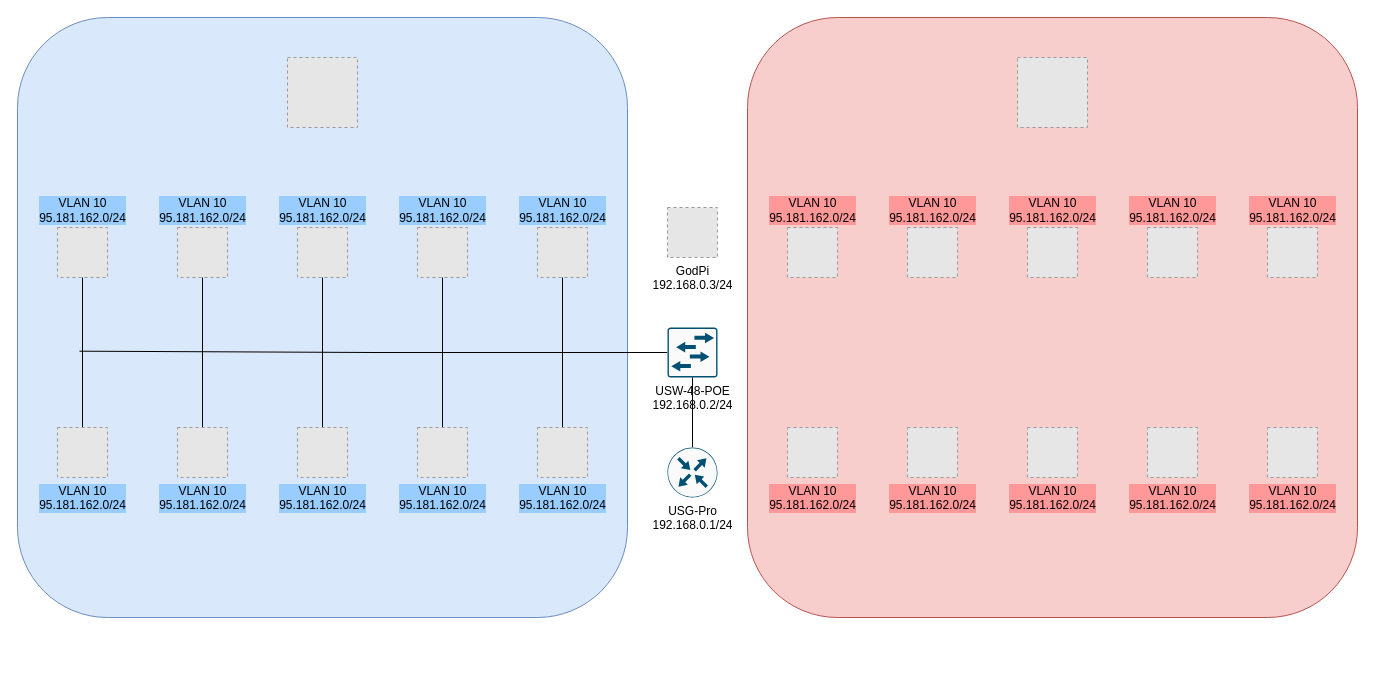
Earlier version of the draw.io diagram Untitled Diagram.drawio (hackerjack3d/tunnelinglab). Source tidied: cells renumbered, new cells numbered last; positions are measured from the earlier drawing's top-left corner, leaving out a move shared by most shapes. Both pictures are drawn from the tidied source at 100%, with x=0, y=0 at pixel (17, 17). Pictures stored in the file or linked from it are replaced by grey dashed boxes.
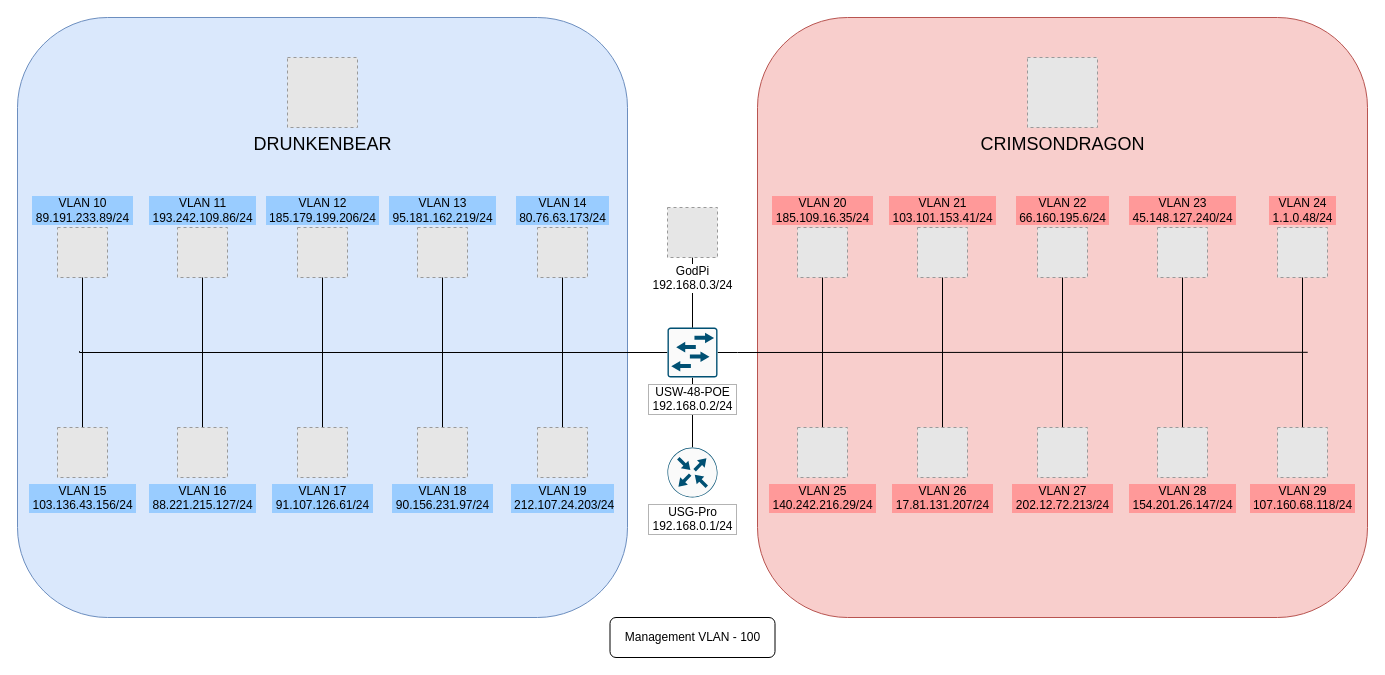
The same diagram, later.

What changed in the source:
```diff
@@
     <mxCell id="2" style="rounded=1;whiteSpace=wrap;html=1;labelBackgroundColor=#FF9999;fillColor=#f8cecc;strokeColor=#b85450;" parent="1" vertex="1">
-      <mxGeometry x="730" width="610" height="600" as="geometry" />
+      <mxGeometry x="740" width="610" height="600" as="geometry" />
     </mxCell>
@@
     <mxCell id="4" style="edgeStyle=orthogonalEdgeStyle;rounded=0;jettySize=auto;html=1;exitX=0;exitY=0.5;exitDx=0;exitDy=0;exitPerimeter=0;endArrow=none;endFill=0;" parent="1" edge="1" source="5">
       <mxGeometry relative="1" as="geometry">
         <mxPoint x="62" y="333.7" as="targetPoint" />
+        <Array as="points">
+          <mxPoint x="62" y="335" />
+        </Array>
       </mxGeometry>
     </mxCell>
-    <mxCell id="5" value="USW-48-POE&lt;br&gt;192.168.0.2/24" style="sketch=0;points=[[0.015,0.015,0],[0.985,0.015,0],[0.985,0.985,0],[0.015,0.985,0],[0.25,0,0],[0.5,0,0],[0.75,0,0],[1,0.25,0],[1,0.5,0],[1,0.75,0],[0.75,1,0],[0.5,1,0],[0.25,1,0],[0,0.75,0],[0,0.5,0],[0,0.25,0]];verticalLabelPosition=bottom;html=1;verticalAlign=top;align=center;shape=mxgraph.cisco19.rect;prIcon=l2_switch;fillColor=#FAFAFA;strokeColor=#005073;" parent="1" vertex="1">
-      <mxGeometry x="650" y="310" width="50" height="50" as="geometry" />
-    </mxCell>
+    <mxCell id="36" style="edgeStyle=orthogonalEdgeStyle;rounded=0;jettySize=auto;html=1;exitX=1;exitY=0.5;exitDx=0;exitDy=0;exitPerimeter=0;endArrow=none;endFill=0;entryX=0.902;entryY=0.558;entryDx=0;entryDy=0;entryPerimeter=0;" parent="1" edge="1" source="5" target="2">
+      <mxGeometry relative="1" as="geometry" />
+    </mxCell>
-    <mxCell id="6" style="edgeStyle=orthogonalEdgeStyle;rounded=0;jettySize=auto;html=1;exitX=0.5;exitY=0;exitDx=0;exitDy=0;exitPerimeter=0;entryX=0.5;entryY=1;entryDx=0;entryDy=0;entryPerimeter=0;endArrow=none;endFill=0;" parent="1" edge="1" source="7" target="5">
+    <mxCell id="6" style="edgeStyle=orthogonalEdgeStyle;rounded=0;jettySize=auto;html=1;exitX=0.5;exitY=0;exitDx=0;exitDy=0;exitPerimeter=0;entryX=0.5;entryY=1;entryDx=0;entryDy=0;entryPerimeter=0;endArrow=none;endFill=0;labelBorderColor=#B3B3B3;" parent="1" edge="1" source="7" target="5">
       <mxGeometry relative="1" as="geometry" />
     </mxCell>
-    <mxCell id="7" value="USG-Pro&lt;br&gt;192.168.0.1/24" style="sketch=0;points=[[0.5,0,0],[1,0.5,0],[0.5,1,0],[0,0.5,0],[0.145,0.145,0],[0.8555,0.145,0],[0.855,0.8555,0],[0.145,0.855,0]];verticalLabelPosition=bottom;html=1;verticalAlign=top;align=center;shape=mxgraph.cisco19.rect;prIcon=router;fillColor=#FAFAFA;strokeColor=#005073;" parent="1" vertex="1">
+    <mxCell id="7" value="USG-Pro&lt;br&gt;&amp;nbsp;192.168.0.1/24&amp;nbsp;" style="sketch=0;points=[[0.5,0,0],[1,0.5,0],[0.5,1,0],[0,0.5,0],[0.145,0.145,0],[0.8555,0.145,0],[0.855,0.8555,0],[0.145,0.855,0]];verticalLabelPosition=bottom;html=1;verticalAlign=top;align=center;shape=mxgraph.cisco19.rect;prIcon=router;fillColor=#FAFAFA;strokeColor=#005073;labelBorderColor=#B3B3B3;" parent="1" vertex="1">
       <mxGeometry x="650" y="430" width="50" height="50" as="geometry" />
     </mxCell>
-    <mxCell id="8" value="GodPi&lt;br&gt;192.168.0.3/24" style="fillColor=#E6E6E6;strokeColor=#999999;dashed=1;html=1;verticalAlign=top;verticalLabelPosition=bottom;labelBackgroundColor=#ffffff;" parent="1" vertex="1">
-      <mxGeometry x="650" y="190" width="50" height="50" as="geometry" />
-    </mxCell>
-    <mxCell id="9" style="fillColor=#E6E6E6;strokeColor=#999999;dashed=1;html=1;verticalAlign=top;verticalLabelPosition=bottom;labelBackgroundColor=#ffffff;" parent="1" vertex="1">
+    <mxCell id="9" value="DRUNKENBEAR" style="fillColor=#E6E6E6;strokeColor=#999999;dashed=1;html=1;verticalAlign=top;verticalLabelPosition=bottom;labelBackgroundColor=none;fontSize=18;" parent="1" vertex="1">
       <mxGeometry x="270" y="40" width="70" height="70" as="geometry" />
     </mxCell>
-    <mxCell id="10" style="fillColor=#E6E6E6;strokeColor=#999999;dashed=1;html=1;verticalAlign=top;verticalLabelPosition=bottom;labelBackgroundColor=#ffffff;" parent="1" vertex="1">
-      <mxGeometry x="1000" y="40" width="70" height="70" as="geometry" />
+    <mxCell id="10" value="CRIMSONDRAGON" style="fillColor=#E6E6E6;strokeColor=#999999;dashed=1;html=1;verticalAlign=top;verticalLabelPosition=bottom;labelBackgroundColor=none;fontSize=18;" parent="1" vertex="1">
+      <mxGeometry x="1010" y="40" width="70" height="70" as="geometry" />
     </mxCell>
-    <mxCell id="11" value="&amp;nbsp;VLAN 10&amp;nbsp;&lt;br&gt;95.181.162.0/24" style="fillColor=#E6E6E6;strokeColor=#999999;dashed=1;html=1;verticalAlign=bottom;verticalLabelPosition=top;labelBackgroundColor=#99CCFF;spacing=2;labelPosition=center;align=center;" parent="1" vertex="1">
+    <mxCell id="11" value="VLAN 12&lt;br&gt;&amp;nbsp;185.179.199.206/24&amp;nbsp;" style="fillColor=#E6E6E6;strokeColor=#999999;dashed=1;html=1;verticalAlign=bottom;verticalLabelPosition=top;labelBackgroundColor=#99CCFF;spacing=2;labelPosition=center;align=center;" parent="1" vertex="1">
       <mxGeometry x="280" y="210" width="50" height="50" as="geometry" />
     </mxCell>
-    <mxCell id="12" value="&amp;nbsp;VLAN 10&amp;nbsp;&lt;br&gt;95.181.162.0/24" style="fillColor=#E6E6E6;strokeColor=#999999;dashed=1;html=1;verticalAlign=bottom;verticalLabelPosition=top;labelBackgroundColor=#99CCFF;spacing=2;labelPosition=center;align=center;" parent="1" vertex="1">
+    <mxCell id="12" value="VLAN 13&lt;br&gt;&amp;nbsp;95.181.162.219/24&amp;nbsp;" style="fillColor=#E6E6E6;strokeColor=#999999;dashed=1;html=1;verticalAlign=bottom;verticalLabelPosition=top;labelBackgroundColor=#99CCFF;spacing=2;labelPosition=center;align=center;" parent="1" vertex="1">
       <mxGeometry x="400" y="210" width="50" height="50" as="geometry" />
     </mxCell>
-    <mxCell id="13" value="&amp;nbsp;VLAN 10&amp;nbsp;&lt;br&gt;95.181.162.0/24" style="fillColor=#E6E6E6;strokeColor=#999999;dashed=1;html=1;verticalAlign=bottom;verticalLabelPosition=top;labelBackgroundColor=#99CCFF;spacing=2;labelPosition=center;align=center;" parent="1" vertex="1">
+    <mxCell id="13" value="VLAN 14&lt;br&gt;&amp;nbsp;80.76.63.173/24&amp;nbsp;" style="fillColor=#E6E6E6;strokeColor=#999999;dashed=1;html=1;verticalAlign=bottom;verticalLabelPosition=top;labelBackgroundColor=#99CCFF;spacing=2;labelPosition=center;align=center;" parent="1" vertex="1">
       <mxGeometry x="520" y="210" width="50" height="50" as="geometry" />
     </mxCell>
-    <mxCell id="14" value="&amp;nbsp;VLAN 10&amp;nbsp;&lt;br&gt;95.181.162.0/24" style="fillColor=#E6E6E6;strokeColor=#999999;dashed=1;html=1;verticalAlign=bottom;verticalLabelPosition=top;labelBackgroundColor=#99CCFF;spacing=2;labelPosition=center;align=center;" parent="1" vertex="1">
+    <mxCell id="14" value="&amp;nbsp;VLAN 11&amp;nbsp;&lt;br&gt;&amp;nbsp;193.242.109.86/24&amp;nbsp;" style="fillColor=#E6E6E6;strokeColor=#999999;dashed=1;html=1;verticalAlign=bottom;verticalLabelPosition=top;labelBackgroundColor=#99CCFF;spacing=2;labelPosition=center;align=center;" parent="1" vertex="1">
       <mxGeometry x="160" y="210" width="50" height="50" as="geometry" />
     </mxCell>
-    <mxCell id="15" value="&amp;nbsp;VLAN 10&amp;nbsp;&lt;br&gt;95.181.162.0/24" style="fillColor=#E6E6E6;strokeColor=#999999;dashed=1;html=1;verticalAlign=bottom;verticalLabelPosition=top;labelBackgroundColor=#99CCFF;spacing=2;labelPosition=center;align=center;" parent="1" vertex="1">
+    <mxCell id="15" value="&amp;nbsp;VLAN 10&amp;nbsp;&lt;br&gt;&amp;nbsp;89.191.233.89/24&amp;nbsp;" style="fillColor=#E6E6E6;strokeColor=#999999;dashed=1;html=1;verticalAlign=bottom;verticalLabelPosition=top;labelBackgroundColor=#99CCFF;spacing=2;labelPosition=center;align=center;" parent="1" vertex="1">
       <mxGeometry x="40" y="210" width="50" height="50" as="geometry" />
     </mxCell>
@@
-    <mxCell id="17" value="&amp;nbsp;VLAN 10&amp;nbsp;&lt;br&gt;95.181.162.0/24" style="fillColor=#E6E6E6;strokeColor=#999999;dashed=1;html=1;verticalAlign=top;verticalLabelPosition=bottom;labelBackgroundColor=#99CCFF;spacing=2;" parent="1" vertex="1">
+    <mxCell id="17" value="VLAN 17&lt;br&gt;&amp;nbsp;91.107.126.61/24&amp;nbsp;" style="fillColor=#E6E6E6;strokeColor=#999999;dashed=1;html=1;verticalAlign=top;verticalLabelPosition=bottom;labelBackgroundColor=#99CCFF;spacing=2;" parent="1" vertex="1">
       <mxGeometry x="280" y="410" width="50" height="50" as="geometry" />
     </mxCell>
@@
-    <mxCell id="19" value="&amp;nbsp;VLAN 10&amp;nbsp;&lt;br&gt;95.181.162.0/24" style="fillColor=#E6E6E6;strokeColor=#999999;dashed=1;html=1;verticalAlign=top;verticalLabelPosition=bottom;labelBackgroundColor=#99CCFF;spacing=2;" parent="1" vertex="1">
+    <mxCell id="19" value="VLAN 18&lt;br&gt;&amp;nbsp;90.156.231.97/24&amp;nbsp;" style="fillColor=#E6E6E6;strokeColor=#999999;dashed=1;html=1;verticalAlign=top;verticalLabelPosition=bottom;labelBackgroundColor=#99CCFF;spacing=2;" parent="1" vertex="1">
       <mxGeometry x="400" y="410" width="50" height="50" as="geometry" />
     </mxCell>
@@
-    <mxCell id="21" value="&amp;nbsp;VLAN 10&amp;nbsp;&lt;br&gt;95.181.162.0/24" style="fillColor=#E6E6E6;strokeColor=#999999;dashed=1;html=1;verticalAlign=top;verticalLabelPosition=bottom;labelBackgroundColor=#99CCFF;spacing=2;" parent="1" vertex="1">
+    <mxCell id="21" value="VLAN 19&lt;br&gt;&amp;nbsp;212.107.24.203/24" style="fillColor=#E6E6E6;strokeColor=#999999;dashed=1;html=1;verticalAlign=top;verticalLabelPosition=bottom;labelBackgroundColor=#99CCFF;spacing=2;" parent="1" vertex="1">
       <mxGeometry x="520" y="410" width="50" height="50" as="geometry" />
     </mxCell>
@@
-    <mxCell id="23" value="&amp;nbsp;VLAN 10&amp;nbsp;&lt;br&gt;95.181.162.0/24" style="fillColor=#E6E6E6;strokeColor=#999999;dashed=1;html=1;verticalAlign=top;verticalLabelPosition=bottom;labelBackgroundColor=#99CCFF;spacing=2;" parent="1" vertex="1">
+    <mxCell id="23" value="VLAN 16&lt;br&gt;&amp;nbsp;88.221.215.127/24&amp;nbsp;" style="fillColor=#E6E6E6;strokeColor=#999999;dashed=1;html=1;verticalAlign=top;verticalLabelPosition=bottom;labelBackgroundColor=#99CCFF;spacing=2;" parent="1" vertex="1">
       <mxGeometry x="160" y="410" width="50" height="50" as="geometry" />
     </mxCell>
@@
-    <mxCell id="25" value="&amp;nbsp;VLAN 10&amp;nbsp;&lt;br&gt;95.181.162.0/24" style="fillColor=#E6E6E6;strokeColor=#999999;dashed=1;html=1;verticalAlign=top;verticalLabelPosition=bottom;labelBackgroundColor=#99CCFF;spacing=2;" parent="1" vertex="1">
+    <mxCell id="25" value="VLAN 15&lt;br&gt;&amp;nbsp;103.136.43.156/24&amp;nbsp;" style="fillColor=#E6E6E6;strokeColor=#999999;dashed=1;html=1;verticalAlign=top;verticalLabelPosition=bottom;labelBackgroundColor=#99CCFF;spacing=2;" parent="1" vertex="1">
       <mxGeometry x="40" y="410" width="50" height="50" as="geometry" />
     </mxCell>
-    <mxCell id="26" value="&amp;nbsp;VLAN 10&amp;nbsp;&lt;br&gt;95.181.162.0/24" style="fillColor=#E6E6E6;strokeColor=#999999;dashed=1;html=1;verticalAlign=bottom;verticalLabelPosition=top;labelBackgroundColor=#FF9999;spacing=2;labelPosition=center;align=center;" parent="1" vertex="1">
-      <mxGeometry x="1010" y="210" width="50" height="50" as="geometry" />
+    <mxCell id="26" value="VLAN 22&lt;br&gt;&amp;nbsp;66.160.195.6/24&amp;nbsp;" style="fillColor=#E6E6E6;strokeColor=#999999;dashed=1;html=1;verticalAlign=bottom;verticalLabelPosition=top;labelBackgroundColor=#FF9999;spacing=2;labelPosition=center;align=center;" parent="1" vertex="1">
+      <mxGeometry x="1020" y="210" width="50" height="50" as="geometry" />
     </mxCell>
-    <mxCell id="27" value="&amp;nbsp;VLAN 10&amp;nbsp;&lt;br&gt;95.181.162.0/24" style="fillColor=#E6E6E6;strokeColor=#999999;dashed=1;html=1;verticalAlign=bottom;verticalLabelPosition=top;labelBackgroundColor=#FF9999;spacing=2;labelPosition=center;align=center;" parent="1" vertex="1">
-      <mxGeometry x="1130" y="210" width="50" height="50" as="geometry" />
+    <mxCell id="27" value="VLAN 23&lt;br&gt;&amp;nbsp;45.148.127.240/24&amp;nbsp;" style="fillColor=#E6E6E6;strokeColor=#999999;dashed=1;html=1;verticalAlign=bottom;verticalLabelPosition=top;labelBackgroundColor=#FF9999;spacing=2;labelPosition=center;align=center;" parent="1" vertex="1">
+      <mxGeometry x="1140" y="210" width="50" height="50" as="geometry" />
     </mxCell>
-    <mxCell id="28" value="&amp;nbsp;VLAN 10&amp;nbsp;&lt;br&gt;95.181.162.0/24" style="fillColor=#E6E6E6;strokeColor=#999999;dashed=1;html=1;verticalAlign=bottom;verticalLabelPosition=top;labelBackgroundColor=#FF9999;spacing=2;labelPosition=center;align=center;" parent="1" vertex="1">
-      <mxGeometry x="1250" y="210" width="50" height="50" as="geometry" />
+    <mxCell id="28" value="VLAN 24&lt;br&gt;&amp;nbsp;1.1.0.48/24&amp;nbsp;" style="fillColor=#E6E6E6;strokeColor=#999999;dashed=1;html=1;verticalAlign=bottom;verticalLabelPosition=top;labelBackgroundColor=#FF9999;spacing=2;labelPosition=center;align=center;" parent="1" vertex="1">
+      <mxGeometry x="1260" y="210" width="50" height="50" as="geometry" />
     </mxCell>
-    <mxCell id="29" value="&amp;nbsp;VLAN 10&amp;nbsp;&lt;br&gt;95.181.162.0/24" style="fillColor=#E6E6E6;strokeColor=#999999;dashed=1;html=1;verticalAlign=bottom;verticalLabelPosition=top;labelBackgroundColor=#FF9999;spacing=2;labelPosition=center;align=center;" parent="1" vertex="1">
-      <mxGeometry x="890" y="210" width="50" height="50" as="geometry" />
+    <mxCell id="29" value="VLAN 21&lt;br&gt;&amp;nbsp;103.101.153.41/24&amp;nbsp;" style="fillColor=#E6E6E6;strokeColor=#999999;dashed=1;html=1;verticalAlign=bottom;verticalLabelPosition=top;labelBackgroundColor=#FF9999;spacing=2;labelPosition=center;align=center;" parent="1" vertex="1">
+      <mxGeometry x="900" y="210" width="50" height="50" as="geometry" />
     </mxCell>
-    <mxCell id="30" value="&amp;nbsp;VLAN 10&amp;nbsp;&lt;br&gt;95.181.162.0/24" style="fillColor=#E6E6E6;strokeColor=#999999;dashed=1;html=1;verticalAlign=bottom;verticalLabelPosition=top;labelBackgroundColor=#FF9999;spacing=2;labelPosition=center;align=center;" parent="1" vertex="1">
-      <mxGeometry x="770" y="210" width="50" height="50" as="geometry" />
+    <mxCell id="30" value="VLAN 20&lt;br&gt;&amp;nbsp;185.109.16.35/24&amp;nbsp;" style="fillColor=#E6E6E6;strokeColor=#999999;dashed=1;html=1;verticalAlign=bottom;verticalLabelPosition=top;labelBackgroundColor=#FF9999;spacing=2;labelPosition=center;align=center;" parent="1" vertex="1">
+      <mxGeometry x="780" y="210" width="50" height="50" as="geometry" />
     </mxCell>
+    <mxCell id="37" style="edgeStyle=orthogonalEdgeStyle;rounded=0;jettySize=auto;html=1;exitX=0.5;exitY=0;exitDx=0;exitDy=0;endArrow=none;endFill=0;" parent="1" edge="1" source="31" target="26">
+      <mxGeometry relative="1" as="geometry" />
+    </mxCell>
-    <mxCell id="31" value="&amp;nbsp;VLAN 10&amp;nbsp;&lt;br&gt;95.181.162.0/24" style="fillColor=#E6E6E6;strokeColor=#999999;dashed=1;html=1;verticalAlign=top;verticalLabelPosition=bottom;labelBackgroundColor=#FF9999;spacing=2;" parent="1" vertex="1">
-      <mxGeometry x="1010" y="410" width="50" height="50" as="geometry" />
+    <mxCell id="31" value="VLAN 27&lt;br&gt;&amp;nbsp;202.12.72.213/24&amp;nbsp;" style="fillColor=#E6E6E6;strokeColor=#999999;dashed=1;html=1;verticalAlign=top;verticalLabelPosition=bottom;labelBackgroundColor=#FF9999;spacing=2;" parent="1" vertex="1">
+      <mxGeometry x="1020" y="410" width="50" height="50" as="geometry" />
     </mxCell>
+    <mxCell id="38" style="edgeStyle=orthogonalEdgeStyle;rounded=0;jettySize=auto;html=1;exitX=0.5;exitY=0;exitDx=0;exitDy=0;endArrow=none;endFill=0;" parent="1" edge="1" source="32" target="27">
+      <mxGeometry relative="1" as="geometry" />
+    </mxCell>
-    <mxCell id="32" value="&amp;nbsp;VLAN 10&amp;nbsp;&lt;br&gt;95.181.162.0/24" style="fillColor=#E6E6E6;strokeColor=#999999;dashed=1;html=1;verticalAlign=top;verticalLabelPosition=bottom;labelBackgroundColor=#FF9999;spacing=2;" parent="1" vertex="1">
-      <mxGeometry x="1130" y="410" width="50" height="50" as="geometry" />
+    <mxCell id="32" value="VLAN 28&lt;br&gt;&amp;nbsp;154.201.26.147/24&amp;nbsp;" style="fillColor=#E6E6E6;strokeColor=#999999;dashed=1;html=1;verticalAlign=top;verticalLabelPosition=bottom;labelBackgroundColor=#FF9999;spacing=2;" parent="1" vertex="1">
+      <mxGeometry x="1140" y="410" width="50" height="50" as="geometry" />
     </mxCell>
+    <mxCell id="39" style="edgeStyle=orthogonalEdgeStyle;rounded=0;jettySize=auto;html=1;exitX=0.5;exitY=0;exitDx=0;exitDy=0;endArrow=none;endFill=0;" parent="1" edge="1" source="33" target="28">
+      <mxGeometry relative="1" as="geometry" />
+    </mxCell>
-    <mxCell id="33" value="&amp;nbsp;VLAN 10&amp;nbsp;&lt;br&gt;95.181.162.0/24" style="fillColor=#E6E6E6;strokeColor=#999999;dashed=1;html=1;verticalAlign=top;verticalLabelPosition=bottom;labelBackgroundColor=#FF9999;spacing=2;" parent="1" vertex="1">
-      <mxGeometry x="1250" y="410" width="50" height="50" as="geometry" />
+    <mxCell id="33" value="VLAN 29&lt;br&gt;&amp;nbsp;107.160.68.118/24&amp;nbsp;" style="fillColor=#E6E6E6;strokeColor=#999999;dashed=1;html=1;verticalAlign=top;verticalLabelPosition=bottom;labelBackgroundColor=#FF9999;spacing=2;" parent="1" vertex="1">
+      <mxGeometry x="1260" y="410" width="50" height="50" as="geometry" />
     </mxCell>
+    <mxCell id="40" style="edgeStyle=orthogonalEdgeStyle;rounded=0;jettySize=auto;html=1;exitX=0.5;exitY=0;exitDx=0;exitDy=0;endArrow=none;endFill=0;" parent="1" edge="1" source="34" target="29">
+      <mxGeometry relative="1" as="geometry" />
+    </mxCell>
-    <mxCell id="34" value="&amp;nbsp;VLAN 10&amp;nbsp;&lt;br&gt;95.181.162.0/24" style="fillColor=#E6E6E6;strokeColor=#999999;dashed=1;html=1;verticalAlign=top;verticalLabelPosition=bottom;labelBackgroundColor=#FF9999;spacing=2;" parent="1" vertex="1">
-      <mxGeometry x="890" y="410" width="50" height="50" as="geometry" />
+    <mxCell id="34" value="VLAN 26&lt;br&gt;&amp;nbsp;17.81.131.207/24&amp;nbsp;" style="fillColor=#E6E6E6;strokeColor=#999999;dashed=1;html=1;verticalAlign=top;verticalLabelPosition=bottom;labelBackgroundColor=#FF9999;spacing=2;" parent="1" vertex="1">
+      <mxGeometry x="900" y="410" width="50" height="50" as="geometry" />
     </mxCell>
+    <mxCell id="41" style="edgeStyle=orthogonalEdgeStyle;rounded=0;jettySize=auto;html=1;exitX=0.5;exitY=0;exitDx=0;exitDy=0;endArrow=none;endFill=0;" parent="1" edge="1" source="35" target="30">
+      <mxGeometry relative="1" as="geometry" />
+    </mxCell>
-    <mxCell id="35" value="&amp;nbsp;VLAN 10&amp;nbsp;&lt;br&gt;95.181.162.0/24" style="fillColor=#E6E6E6;strokeColor=#999999;dashed=1;html=1;verticalAlign=top;verticalLabelPosition=bottom;labelBackgroundColor=#FF9999;spacing=2;" parent="1" vertex="1">
-      <mxGeometry x="770" y="410" width="50" height="50" as="geometry" />
+    <mxCell id="35" value="VLAN 25&lt;br&gt;&amp;nbsp;140.242.216.29/24&amp;nbsp;" style="fillColor=#E6E6E6;strokeColor=#999999;dashed=1;html=1;verticalAlign=top;verticalLabelPosition=bottom;labelBackgroundColor=#FF9999;spacing=2;" parent="1" vertex="1">
+      <mxGeometry x="780" y="410" width="50" height="50" as="geometry" />
     </mxCell>
+    <mxCell id="42" style="edgeStyle=orthogonalEdgeStyle;rounded=0;jettySize=auto;html=1;endArrow=none;endFill=0;labelBorderColor=#B3B3B3;" parent="1" edge="1" source="5" target="8">
+      <mxGeometry relative="1" as="geometry" />
+    </mxCell>
+    <mxCell id="5" value="USW-48-POE&lt;br&gt;&amp;nbsp;192.168.0.2/24&amp;nbsp;" style="sketch=0;points=[[0.015,0.015,0],[0.985,0.015,0],[0.985,0.985,0],[0.015,0.985,0],[0.25,0,0],[0.5,0,0],[0.75,0,0],[1,0.25,0],[1,0.5,0],[1,0.75,0],[0.75,1,0],[0.5,1,0],[0.25,1,0],[0,0.75,0],[0,0.5,0],[0,0.25,0]];verticalLabelPosition=bottom;html=1;verticalAlign=top;align=center;shape=mxgraph.cisco19.rect;prIcon=l2_switch;fillColor=#FAFAFA;strokeColor=#005073;labelBackgroundColor=default;labelBorderColor=#B3B3B3;" parent="1" vertex="1">
+      <mxGeometry x="650" y="310" width="50" height="50" as="geometry" />
+    </mxCell>
+    <mxCell id="43" style="edgeStyle=orthogonalEdgeStyle;rounded=0;jettySize=auto;html=1;endArrow=none;endFill=0;" parent="1" edge="1" source="8" target="5">
+      <mxGeometry relative="1" as="geometry" />
+    </mxCell>
+    <mxCell id="8" value="GodPi&lt;br&gt;&amp;nbsp;192.168.0.3/24&amp;nbsp;" style="fillColor=#E6E6E6;strokeColor=#999999;dashed=1;html=1;verticalAlign=top;verticalLabelPosition=bottom;labelBackgroundColor=default;" parent="1" vertex="1">
+      <mxGeometry x="650" y="190" width="50" height="50" as="geometry" />
+    </mxCell>
+    <mxCell id="44" value="Management VLAN - 100" style="rounded=1;whiteSpace=wrap;html=1;labelBackgroundColor=default;" parent="1" vertex="1">
+      <mxGeometry x="592.5" y="600" width="165" height="40" as="geometry" />
+    </mxCell>
```
